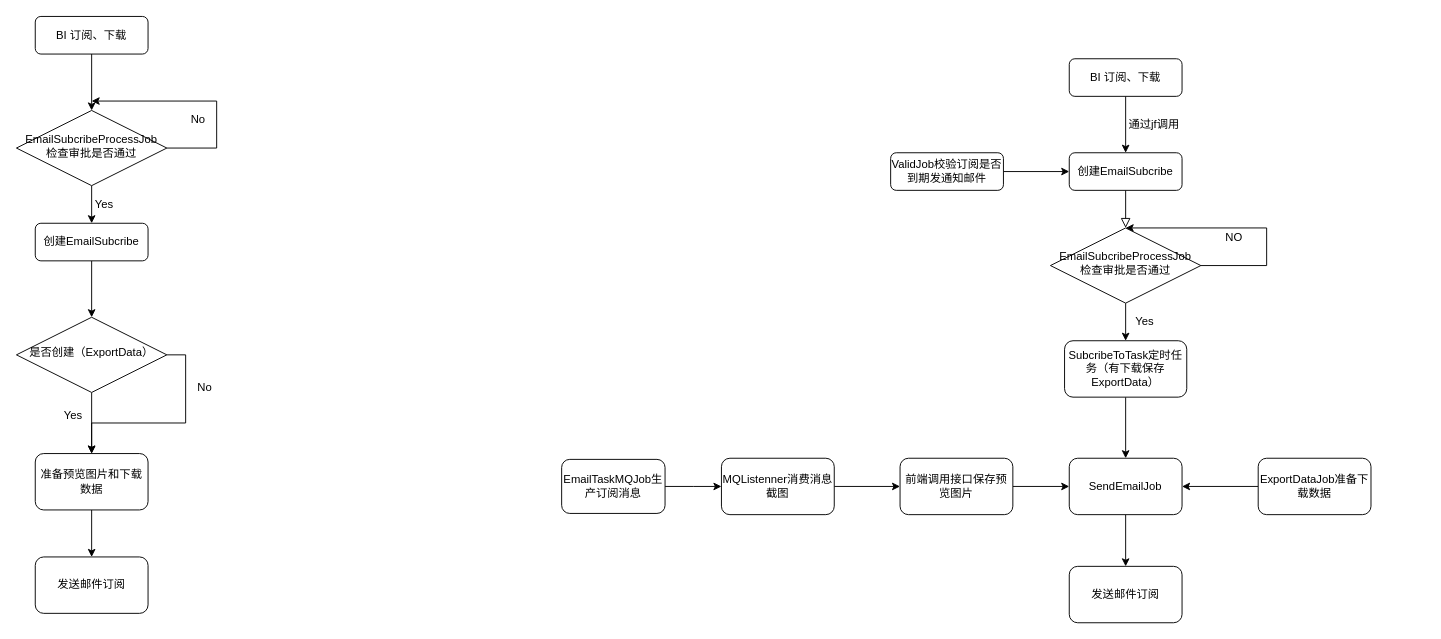
The draw.io diagram com/cd/Untitled Diagram.drawio in xuedongfeng/oneTest, before the edit. Source tidied: cells renumbered, new cells numbered last; positions are measured from the earlier drawing's top-left corner, leaving out a move shared by most shapes. Both pictures are drawn from the tidied source at 94%, with x=0, y=0 at pixel (16, 16).
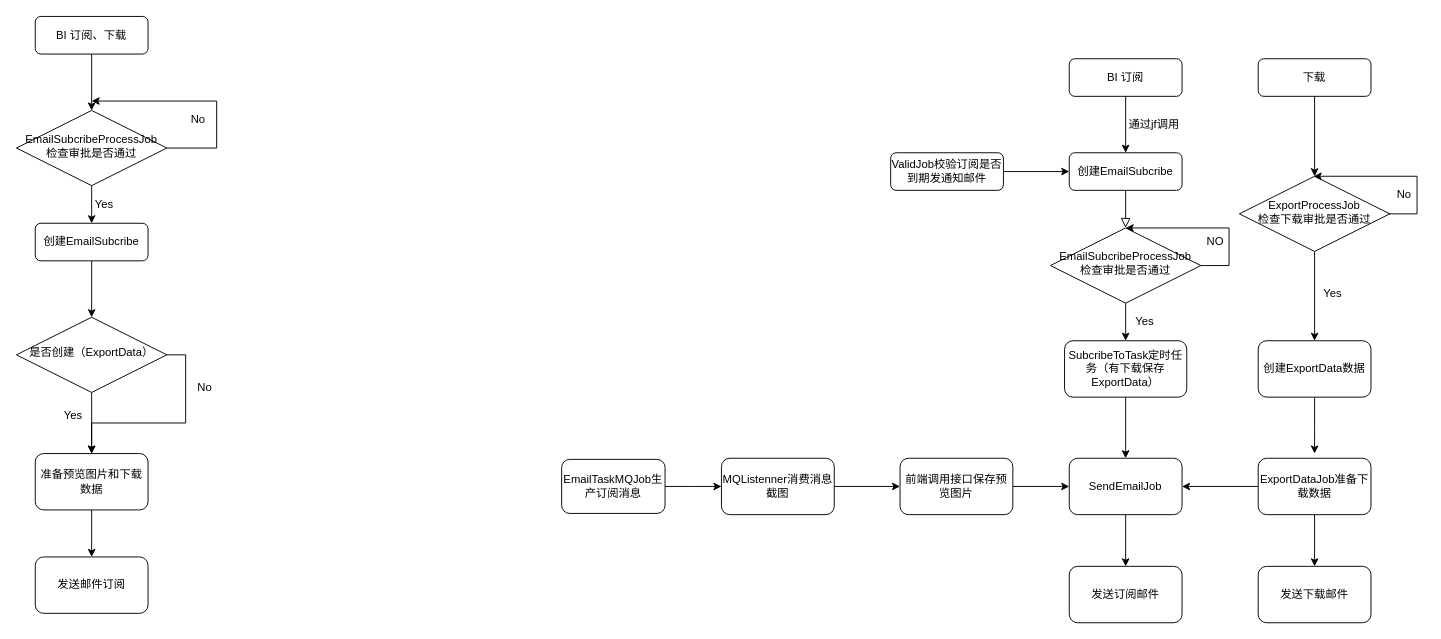
The same diagram, later.

Unchanged cells that the change refers to:
```xml
<mxCell id="8" value="EmailSubcribeProcessJob&lt;br&gt;检查审批是否通过" style="rhombus;whiteSpace=wrap;html=1;shadow=0;fontFamily=Helvetica;fontSize=12;align=center;strokeWidth=1;spacing=6;spacingTop=-4;" parent="1" vertex="1">
  <mxGeometry x="1100" y="225" width="160" height="80" as="geometry" />
</mxCell>
<mxCell id="22" value="ExportDataJob准备下载数据" style="rounded=1;whiteSpace=wrap;html=1;" parent="1" vertex="1">
  <mxGeometry x="1321" y="470" width="120" height="60" as="geometry" />
</mxCell>
```

Diff of the diagram source:
```diff
@@
     <mxCell id="7" style="edgeStyle=orthogonalEdgeStyle;rounded=0;orthogonalLoop=1;jettySize=auto;html=1;exitX=1;exitY=0.5;exitDx=0;exitDy=0;entryX=0.5;entryY=0;entryDx=0;entryDy=0;" parent="1" edge="1" source="8" target="8">
       <mxGeometry relative="1" as="geometry">
         <Array as="points">
-          <mxPoint x="1330" y="265" />
-          <mxPoint x="1330" y="225" />
+          <mxPoint x="1290" y="265" />
+          <mxPoint x="1290" y="225" />
         </Array>
       </mxGeometry>
     </mxCell>
@@
-    <mxCell id="12" value="BI 订阅、下载" style="rounded=1;whiteSpace=wrap;html=1;fontSize=12;glass=0;strokeWidth=1;shadow=0;" parent="1" vertex="1">
+    <mxCell id="12" value="BI 订阅" style="rounded=1;whiteSpace=wrap;html=1;fontSize=12;glass=0;strokeWidth=1;shadow=0;" parent="1" vertex="1">
       <mxGeometry x="1120" y="45" width="120" height="40" as="geometry" />
     </mxCell>
@@
     <mxCell id="17" value="NO" style="text;html=1;align=center;verticalAlign=middle;strokeColor=none;" parent="1" vertex="1">
-      <mxGeometry x="1280" y="225" width="30" height="20" as="geometry" />
+      <mxGeometry x="1260" y="230" width="30" height="20" as="geometry" />
     </mxCell>
-    <mxCell id="18" value="发送邮件订阅" style="rounded=1;whiteSpace=wrap;html=1;" parent="1" vertex="1">
+    <mxCell id="18" value="发送订阅邮件" style="rounded=1;whiteSpace=wrap;html=1;" parent="1" vertex="1">
       <mxGeometry x="1120" y="585" width="120" height="60" as="geometry" />
     </mxCell>
@@
+    <mxCell id="44" style="edgeStyle=orthogonalEdgeStyle;rounded=0;jettySize=auto;html=1;entryX=0.5;entryY=0;entryDx=0;entryDy=0;" parent="1" edge="1" source="22" target="47">
+      <mxGeometry relative="1" as="geometry" />
+    </mxCell>
@@
+    <mxCell id="45" style="edgeStyle=orthogonalEdgeStyle;rounded=0;jettySize=auto;html=1;exitX=0.5;exitY=1;exitDx=0;exitDy=0;entryX=0.5;entryY=0;entryDx=0;entryDy=0;" parent="1" edge="1" source="46" target="51">
+      <mxGeometry relative="1" as="geometry" />
+    </mxCell>
+    <mxCell id="46" value="下载" style="rounded=1;whiteSpace=wrap;html=1;fontSize=12;glass=0;strokeWidth=1;shadow=0;" parent="1" vertex="1">
+      <mxGeometry x="1321" y="45" width="120" height="40" as="geometry" />
+    </mxCell>
+    <mxCell id="47" value="发送下载邮件" style="rounded=1;whiteSpace=wrap;html=1;" parent="1" vertex="1">
+      <mxGeometry x="1321" y="585" width="120" height="60" as="geometry" />
+    </mxCell>
+    <mxCell id="48" style="edgeStyle=orthogonalEdgeStyle;rounded=0;jettySize=auto;html=1;" parent="1" edge="1" source="49">
+      <mxGeometry relative="1" as="geometry">
+        <mxPoint x="1381" y="465" as="targetPoint" />
+      </mxGeometry>
+    </mxCell>
+    <mxCell id="49" value="创建ExportData数据" style="rounded=1;whiteSpace=wrap;html=1;" parent="1" vertex="1">
+      <mxGeometry x="1321" y="345" width="120" height="60" as="geometry" />
+    </mxCell>
+    <mxCell id="50" style="edgeStyle=orthogonalEdgeStyle;rounded=0;jettySize=auto;html=1;exitX=0.5;exitY=1;exitDx=0;exitDy=0;entryX=0.5;entryY=0;entryDx=0;entryDy=0;" parent="1" edge="1" source="51" target="49">
+      <mxGeometry relative="1" as="geometry" />
+    </mxCell>
+    <mxCell id="51" value="ExportProcessJob&lt;br&gt;检查下载审批是否通过" style="rhombus;whiteSpace=wrap;html=1;shadow=0;fontFamily=Helvetica;fontSize=12;align=center;strokeWidth=1;spacing=6;spacingTop=-4;" parent="1" vertex="1">
+      <mxGeometry x="1301" y="170" width="160" height="80" as="geometry" />
+    </mxCell>
+    <mxCell id="52" value="Yes" style="text;html=1;align=center;verticalAlign=middle;strokeColor=none;" parent="1" vertex="1">
+      <mxGeometry x="1385" y="285" width="30" height="20" as="geometry" />
+    </mxCell>
+    <mxCell id="53" style="edgeStyle=orthogonalEdgeStyle;rounded=0;orthogonalLoop=1;jettySize=auto;html=1;exitX=1;exitY=0.5;exitDx=0;exitDy=0;entryX=0.5;entryY=0;entryDx=0;entryDy=0;" parent="1" edge="1">
+      <mxGeometry relative="1" as="geometry">
+        <mxPoint x="1460" y="210" as="sourcePoint" />
+        <mxPoint x="1380" y="170" as="targetPoint" />
+        <Array as="points">
+          <mxPoint x="1490" y="210" />
+          <mxPoint x="1490" y="170" />
+        </Array>
+      </mxGeometry>
+    </mxCell>
+    <mxCell id="54" value="No" style="text;html=1;align=center;verticalAlign=middle;strokeColor=none;" parent="1" vertex="1">
+      <mxGeometry x="1461" y="180" width="30" height="20" as="geometry" />
+    </mxCell>
```
